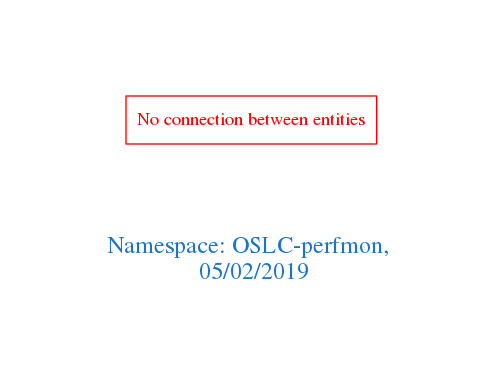
Above: downloads/OSLC-perfmon.png in arago/OGIT (Graphviz), before the change. Its source is kept beside it as downloads/OSLC-perfmon.dot.
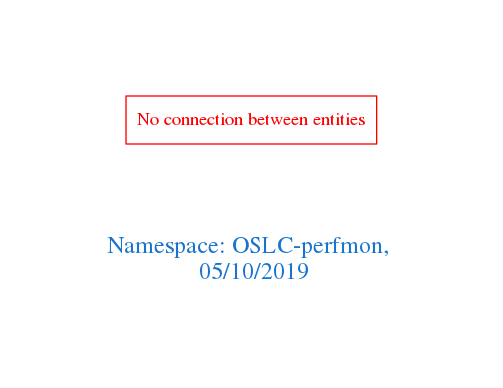
The same file after the commit.

The edit, as a diff of the source:
```diff
@@ -1,7 +1,7 @@
 digraph OGIT_ontology {
  graph [ rankdir= LR,pad=1
 fontsize = 18,
-fontcolor= dodgerblue3,label = "\n\n\nNamespace: OSLC-perfmon, \n 05/02/2019"];
+fontcolor= dodgerblue3,label = "\n\n\nNamespace: OSLC-perfmon, \n 05/10/2019"];
 node[shape=polygon];
 edge [  color="gray81"];
 
```
